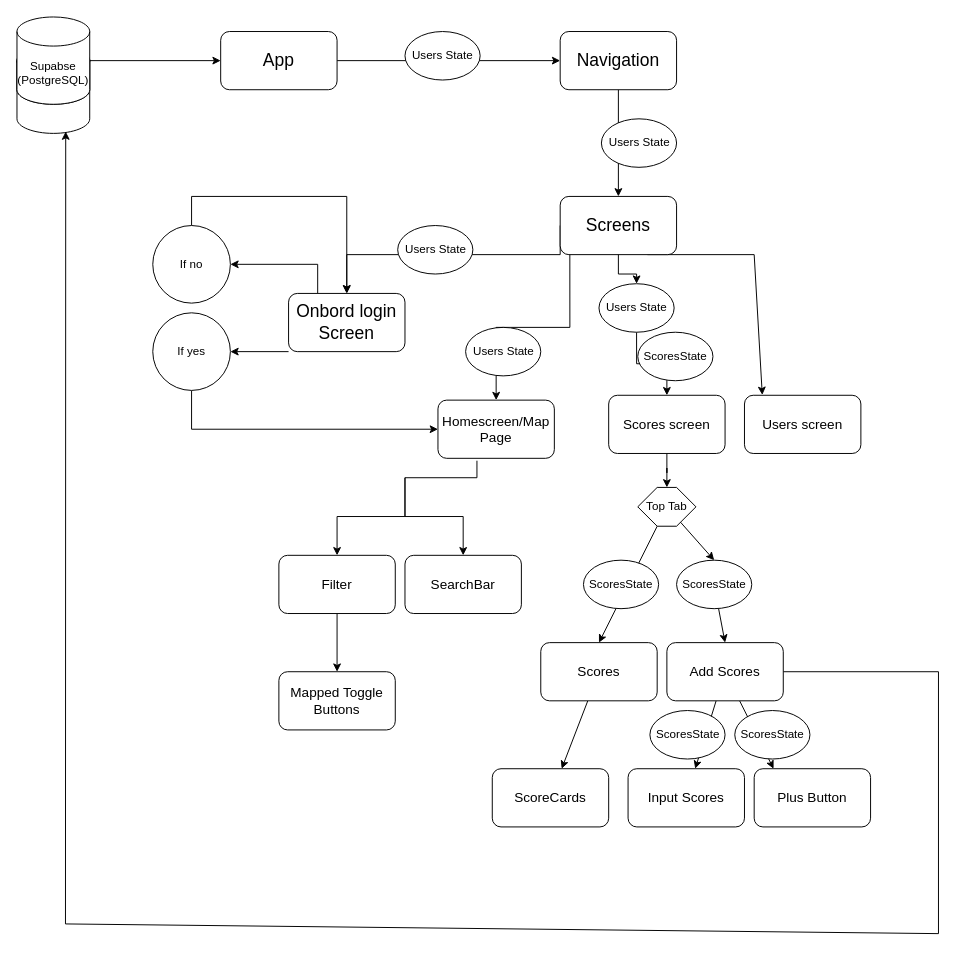
Before: KeepingscoreIdeation/KeepingScoreStateDiagram.drawio in Kylew-95/KeepingScores, a draw.io diagram. Source tidied: cells renumbered, new cells numbered last; positions are measured from the earlier drawing's top-left corner, leaving out a move shared by most shapes. Both pictures are drawn from the tidied source at 97%, with x=0, y=0 at pixel (16, 16).
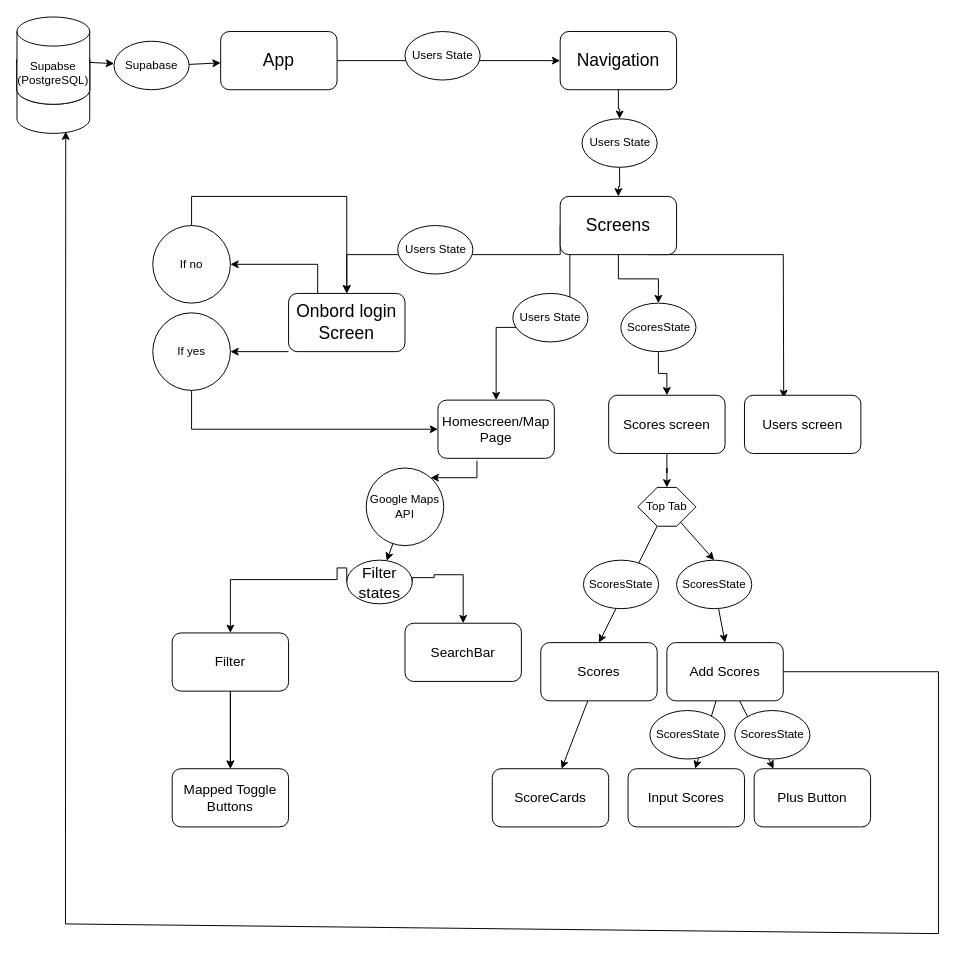
The same diagram, later.

Commit message (it also covers changes not shown here):
added styling to keeping score

The change refers to these unchanged cells:
```xml
<mxCell id="3" value="&lt;font style=&quot;font-size: 18px;&quot;&gt;App&lt;/font&gt;" style="rounded=1;whiteSpace=wrap;html=1;" parent="1" vertex="1">
  <mxGeometry x="210" y="15" width="120" height="60" as="geometry" />
</mxCell>
<mxCell id="5" value="&lt;span style=&quot;font-size: 18px;&quot;&gt;Navigation&lt;/span&gt;" style="rounded=1;whiteSpace=wrap;html=1;" parent="1" vertex="1">
  <mxGeometry x="560" y="15" width="120" height="60" as="geometry" />
</mxCell>
<mxCell id="10" value="&lt;span style=&quot;font-size: 18px;&quot;&gt;Screens&lt;/span&gt;" style="rounded=1;whiteSpace=wrap;html=1;" parent="1" vertex="1">
  <mxGeometry x="560" y="185" width="120" height="60" as="geometry" />
</mxCell>
<mxCell id="16" value="&lt;font style=&quot;font-size: 14px;&quot;&gt;Homescreen/Map Page&lt;/font&gt;" style="rounded=1;whiteSpace=wrap;html=1;" parent="1" vertex="1">
  <mxGeometry x="434" y="395" width="120" height="60" as="geometry" />
</mxCell>
<mxCell id="22" value="&lt;font style=&quot;font-size: 14px;&quot;&gt;Scores screen&lt;/font&gt;" style="rounded=1;whiteSpace=wrap;html=1;" parent="1" vertex="1">
  <mxGeometry x="610" y="390" width="120" height="60" as="geometry" />
</mxCell>
<mxCell id="29" value="Supabse (PostgreSQL)" style="shape=cylinder3;whiteSpace=wrap;html=1;boundedLbl=1;backgroundOutline=1;size=15;" parent="1" vertex="1">
  <mxGeometry width="75" height="90" as="geometry" />
</mxCell>
<mxCell id="39" value="&lt;font style=&quot;font-size: 14px;&quot;&gt;Users screen&lt;/font&gt;" style="rounded=1;whiteSpace=wrap;html=1;" parent="1" vertex="1">
  <mxGeometry x="750" y="390" width="120" height="60" as="geometry" />
</mxCell>
```

Diff of the diagram source:
```diff
@@
-    <mxCell id="4" style="edgeStyle=orthogonalEdgeStyle;rounded=0;jettySize=auto;html=1;exitX=0.5;exitY=1;exitDx=0;exitDy=0;" parent="1" edge="1" source="5" target="10">
+    <mxCell id="4" style="edgeStyle=orthogonalEdgeStyle;rounded=0;jettySize=auto;html=1;exitX=0.5;exitY=1;exitDx=0;exitDy=0;" parent="1" edge="1" source="45" target="10">
       <mxGeometry relative="1" as="geometry" />
     </mxCell>
@@
-    <mxCell id="8" style="edgeStyle=orthogonalEdgeStyle;rounded=0;jettySize=auto;html=1;" parent="1" edge="1" source="50" target="22">
+    <mxCell id="8" style="edgeStyle=orthogonalEdgeStyle;rounded=0;jettySize=auto;html=1;exitX=0.5;exitY=1;exitDx=0;exitDy=0;" parent="1" edge="1" source="48" target="22">
       <mxGeometry relative="1" as="geometry" />
     </mxCell>
-    <mxCell id="9" style="edgeStyle=none;rounded=0;jettySize=auto;html=1;entryX=0.153;entryY=-0.006;entryDx=0;entryDy=0;entryPerimeter=0;exitX=0.75;exitY=1;exitDx=0;exitDy=0;" parent="1" edge="1" source="10" target="39">
+    <mxCell id="9" style="edgeStyle=none;rounded=0;jettySize=auto;html=1;entryX=0.337;entryY=0.047;entryDx=0;entryDy=0;entryPerimeter=0;exitX=0.75;exitY=1;exitDx=0;exitDy=0;" parent="1" edge="1" source="10" target="39">
       <mxGeometry relative="1" as="geometry">
         <Array as="points">
-          <mxPoint x="760" y="245" />
+          <mxPoint x="790" y="245" />
         </Array>
       </mxGeometry>
     </mxCell>
@@
-    <mxCell id="14" style="edgeStyle=orthogonalEdgeStyle;rounded=0;jettySize=auto;html=1;exitX=0.335;exitY=1.041;exitDx=0;exitDy=0;exitPerimeter=0;" parent="1" edge="1" source="16" target="19">
+    <mxCell id="14" style="edgeStyle=orthogonalEdgeStyle;rounded=0;jettySize=auto;html=1;exitX=1;exitY=0.5;exitDx=0;exitDy=0;" parent="1" edge="1" source="62" target="19">
       <mxGeometry relative="1" as="geometry">
         <Array as="points">
-          <mxPoint x="474" y="475" />
-          <mxPoint x="400" y="475" />
-          <mxPoint x="400" y="515" />
-          <mxPoint x="460" y="515" />
+          <mxPoint x="430" y="578" />
+          <mxPoint x="430" y="575" />
+          <mxPoint x="460" y="575" />
         </Array>
       </mxGeometry>
     </mxCell>
-    <mxCell id="15" style="edgeStyle=orthogonalEdgeStyle;rounded=0;jettySize=auto;html=1;" parent="1" edge="1" target="18">
+    <mxCell id="15" style="edgeStyle=orthogonalEdgeStyle;rounded=0;jettySize=auto;html=1;exitX=0;exitY=0.5;exitDx=0;exitDy=0;" parent="1" edge="1" source="62" target="18">
       <mxGeometry relative="1" as="geometry">
-        <mxPoint x="400" y="475" as="sourcePoint" />
         <Array as="points">
-          <mxPoint x="400" y="515" />
-          <mxPoint x="330" y="515" />
+          <mxPoint x="330" y="568" />
+          <mxPoint x="330" y="580" />
+          <mxPoint x="220" y="580" />
         </Array>
       </mxGeometry>
     </mxCell>
@@
+    <mxCell id="56" style="edgeStyle=none;rounded=0;jettySize=auto;html=1;" parent="1" edge="1" source="18" target="20">
+      <mxGeometry relative="1" as="geometry" />
+    </mxCell>
     <mxCell id="18" value="&lt;font style=&quot;font-size: 14px;&quot;&gt;Filter&lt;/font&gt;" style="rounded=1;whiteSpace=wrap;html=1;" parent="1" vertex="1">
-      <mxGeometry x="270" y="555" width="120" height="60" as="geometry" />
+      <mxGeometry x="160" y="635" width="120" height="60" as="geometry" />
     </mxCell>
     <mxCell id="19" value="&lt;font style=&quot;font-size: 14px;&quot;&gt;SearchBar&lt;br&gt;&lt;/font&gt;" style="rounded=1;whiteSpace=wrap;html=1;" parent="1" vertex="1">
-      <mxGeometry x="400" y="555" width="120" height="60" as="geometry" />
+      <mxGeometry x="400" y="625" width="120" height="60" as="geometry" />
     </mxCell>
     <mxCell id="20" value="&lt;span style=&quot;font-size: 14px;&quot;&gt;Mapped Toggle Buttons&lt;/span&gt;" style="rounded=1;whiteSpace=wrap;html=1;" parent="1" vertex="1">
-      <mxGeometry x="270" y="675" width="120" height="60" as="geometry" />
+      <mxGeometry x="160" y="775" width="120" height="60" as="geometry" />
     </mxCell>
@@
-    <mxCell id="28" style="edgeStyle=none;rounded=0;jettySize=auto;html=1;startArrow=none;startFill=0;" parent="1" edge="1" source="29" target="3">
+    <mxCell id="28" style="edgeStyle=none;rounded=0;jettySize=auto;html=1;startArrow=none;startFill=0;" parent="1" edge="1" source="64" target="3">
       <mxGeometry relative="1" as="geometry" />
     </mxCell>
@@
-    <mxCell id="45" value="Users State" style="ellipse;whiteSpace=wrap;html=1;" parent="1" vertex="1">
-      <mxGeometry x="602.5" y="105" width="77.5" height="50" as="geometry" />
-    </mxCell>
@@
     <mxCell id="47" value="Users State" style="ellipse;whiteSpace=wrap;html=1;" parent="1" vertex="1">
-      <mxGeometry x="462.5" y="320" width="77.5" height="50" as="geometry" />
+      <mxGeometry x="511.2" y="285" width="77.5" height="50" as="geometry" />
     </mxCell>
-    <mxCell id="48" value="ScoresState" style="ellipse;whiteSpace=wrap;html=1;" parent="1" vertex="1">
-      <mxGeometry x="640" y="325" width="77.5" height="50" as="geometry" />
-    </mxCell>
-    <mxCell id="49" style="edgeStyle=orthogonalEdgeStyle;rounded=0;jettySize=auto;html=1;" parent="1" edge="1" source="10" target="50">
-      <mxGeometry relative="1" as="geometry" />
-    </mxCell>
-    <mxCell id="50" value="Users State" style="ellipse;whiteSpace=wrap;html=1;" parent="1" vertex="1">
-      <mxGeometry x="600" y="275" width="77.5" height="50" as="geometry" />
-    </mxCell>
@@
+    <mxCell id="57" style="edgeStyle=orthogonalEdgeStyle;rounded=0;jettySize=auto;html=1;exitX=0.5;exitY=1;exitDx=0;exitDy=0;" parent="1" edge="1" source="10" target="48">
+      <mxGeometry relative="1" as="geometry" />
+    </mxCell>
+    <mxCell id="48" value="ScoresState" style="ellipse;whiteSpace=wrap;html=1;" parent="1" vertex="1">
+      <mxGeometry x="622.5" y="295" width="77.5" height="50" as="geometry" />
+    </mxCell>
+    <mxCell id="58" style="edgeStyle=orthogonalEdgeStyle;rounded=0;jettySize=auto;html=1;exitX=0.5;exitY=1;exitDx=0;exitDy=0;" parent="1" edge="1" source="5" target="45">
+      <mxGeometry relative="1" as="geometry" />
+    </mxCell>
+    <mxCell id="45" value="Users State" style="ellipse;whiteSpace=wrap;html=1;" parent="1" vertex="1">
+      <mxGeometry x="582.5" y="105" width="77.5" height="50" as="geometry" />
+    </mxCell>
+    <mxCell id="59" style="edgeStyle=orthogonalEdgeStyle;rounded=0;jettySize=auto;html=1;exitX=0.335;exitY=1.041;exitDx=0;exitDy=0;exitPerimeter=0;" parent="1" edge="1" source="16" target="61">
+      <mxGeometry relative="1" as="geometry">
+        <Array as="points">
+          <mxPoint x="474" y="475" />
+        </Array>
+      </mxGeometry>
+    </mxCell>
+    <mxCell id="60" style="edgeStyle=none;rounded=0;jettySize=auto;html=1;" parent="1" edge="1" source="61" target="62">
+      <mxGeometry relative="1" as="geometry" />
+    </mxCell>
+    <mxCell id="61" value="Google Maps API" style="ellipse;whiteSpace=wrap;html=1;" parent="1" vertex="1">
+      <mxGeometry x="360" y="465" width="80" height="80" as="geometry" />
+    </mxCell>
+    <mxCell id="62" value="&lt;font size=&quot;3&quot;&gt;Filter states&lt;/font&gt;" style="ellipse;whiteSpace=wrap;html=1;" parent="1" vertex="1">
+      <mxGeometry x="340" y="560" width="67.5" height="45" as="geometry" />
+    </mxCell>
+    <mxCell id="63" style="edgeStyle=none;rounded=0;jettySize=auto;html=1;startArrow=none;startFill=0;" parent="1" edge="1" source="29" target="64">
+      <mxGeometry relative="1" as="geometry" />
+    </mxCell>
+    <mxCell id="64" value="Supabase" style="ellipse;whiteSpace=wrap;html=1;" parent="1" vertex="1">
+      <mxGeometry x="100" y="25" width="77.5" height="50" as="geometry" />
+    </mxCell>
```
